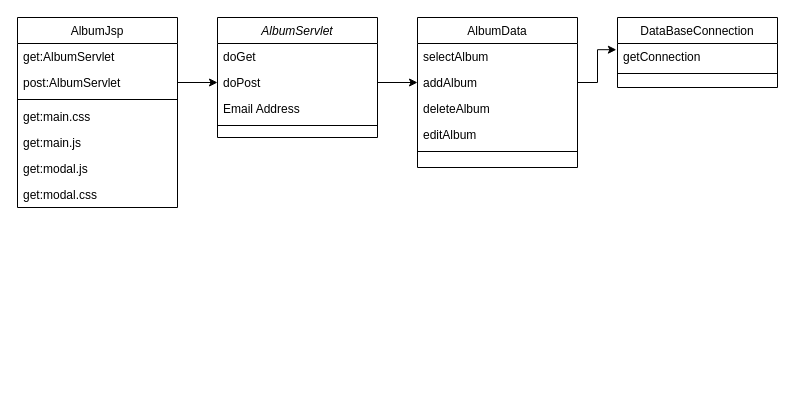
Above: 3.drawio in HegelPro/db-diagram (draw.io), before the change. Source tidied: cells renumbered, new cells numbered last; positions are measured from the earlier drawing's top-left corner, leaving out a move shared by most shapes. Both pictures are drawn from the tidied source at 100%, with x=0, y=0 at pixel (17, 17).
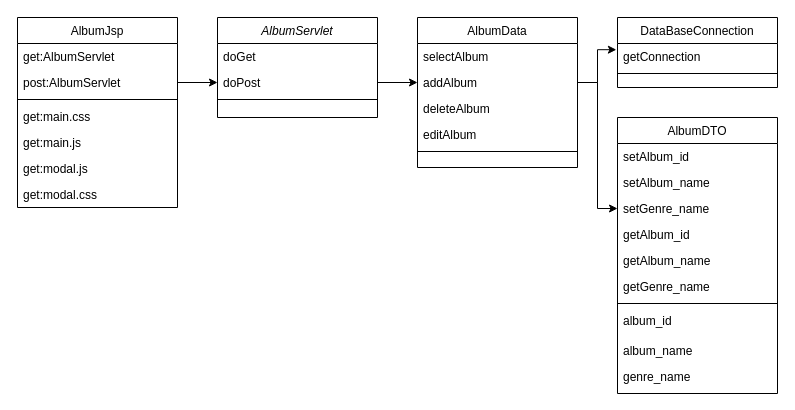
The same diagram, later.

The change refers to these unchanged cells:
```xml
<mxCell id="17" value="addAlbum" style="text;align=left;verticalAlign=top;spacingLeft=4;spacingRight=4;overflow=hidden;points=[[0,0.5],[1,0.5]];portConstraint=eastwest;rounded=0;shadow=0;html=0;" parent="15" vertex="1">
  <mxGeometry y="52" width="160" height="26" as="geometry" />
</mxCell>
```

What changed in the source:
```diff
@@
     <mxCell id="2" value="AlbumServlet" style="swimlane;fontStyle=2;align=center;verticalAlign=top;horizontal=1;startSize=26;rounded=0;shadow=0;strokeWidth=1;" parent="1" vertex="1">
-      <mxGeometry x="200" width="160" height="120" as="geometry" />
+      <mxGeometry x="200" width="160" height="100" as="geometry" />
     </mxCell>
@@
-    <mxCell id="5" value="Email Address" style="text;align=left;verticalAlign=top;spacingLeft=4;spacingRight=4;overflow=hidden;rounded=0;shadow=0;html=0;" parent="2" vertex="1">
-      <mxGeometry y="78" width="160" height="26" as="geometry" />
-    </mxCell>
     <mxCell id="6" style="line;html=1;strokeWidth=1;align=left;verticalAlign=middle;spacingTop=-1;spacingLeft=3;spacingRight=3;labelPosition=right;" parent="2" vertex="1">
-      <mxGeometry y="104" width="160" height="8" as="geometry" />
+      <mxGeometry y="78" width="160" height="8" as="geometry" />
     </mxCell>
@@
-    <mxCell id="21" value="&lt;div style=&quot;background-color:#2b2b2b;color:#a9b7c6;font-family:'JetBrains Mono',monospace;font-size:9,8pt;&quot;&gt;&lt;pre&gt;&lt;br&gt;&lt;/pre&gt;&lt;/div&gt;" style="text;whiteSpace=wrap;html=1;" parent="1" vertex="1">
-      <mxGeometry x="580" y="260" width="120" height="60" as="geometry" />
-    </mxCell>
@@
+    <mxCell id="28" value="AlbumDTO" style="swimlane;fontStyle=0;align=center;verticalAlign=top;horizontal=1;startSize=26;rounded=0;shadow=0;strokeWidth=1;" parent="1" vertex="1">
+      <mxGeometry x="600" y="100" width="160" height="276" as="geometry" />
+    </mxCell>
+    <mxCell id="29" value="setAlbum_id" style="text;align=left;verticalAlign=top;spacingLeft=4;spacingRight=4;overflow=hidden;" parent="28" vertex="1">
+      <mxGeometry y="26" width="160" height="26" as="geometry" />
+    </mxCell>
+    <mxCell id="30" value="setAlbum_name" style="text;align=left;verticalAlign=top;spacingLeft=4;spacingRight=4;overflow=hidden;rounded=0;shadow=0;html=0;" parent="28" vertex="1">
+      <mxGeometry y="52" width="160" height="26" as="geometry" />
+    </mxCell>
+    <mxCell id="31" value="setGenre_name" style="text;align=left;verticalAlign=top;spacingLeft=4;spacingRight=4;overflow=hidden;points=[[0,0.5],[1,0.5]];portConstraint=eastwest;rounded=0;shadow=0;html=0;" parent="28" vertex="1">
+      <mxGeometry y="78" width="160" height="26" as="geometry" />
+    </mxCell>
+    <mxCell id="32" value="getAlbum_id" style="text;align=left;verticalAlign=top;spacingLeft=4;spacingRight=4;overflow=hidden;rounded=0;shadow=0;html=0;" parent="28" vertex="1">
+      <mxGeometry y="104" width="160" height="26" as="geometry" />
+    </mxCell>
+    <mxCell id="33" value="getAlbum_name" style="text;align=left;verticalAlign=top;spacingLeft=4;spacingRight=4;overflow=hidden;rounded=0;shadow=0;html=0;" parent="28" vertex="1">
+      <mxGeometry y="130" width="160" height="26" as="geometry" />
+    </mxCell>
+    <mxCell id="34" value="getGenre_name" style="text;align=left;verticalAlign=top;spacingLeft=4;spacingRight=4;overflow=hidden;rounded=0;shadow=0;html=0;" parent="28" vertex="1">
+      <mxGeometry y="156" width="160" height="26" as="geometry" />
+    </mxCell>
+    <mxCell id="35" style="line;html=1;strokeWidth=1;align=left;verticalAlign=middle;spacingTop=-1;spacingLeft=3;spacingRight=3;labelPosition=right;" parent="28" vertex="1">
+      <mxGeometry y="182" width="160" height="8" as="geometry" />
+    </mxCell>
+    <mxCell id="36" value="album_id" style="text;align=left;verticalAlign=top;spacingLeft=4;spacingRight=4;overflow=hidden;rounded=0;shadow=0;html=0;" parent="28" vertex="1">
+      <mxGeometry y="190" width="160" height="30" as="geometry" />
+    </mxCell>
+    <mxCell id="37" value="album_name" style="text;align=left;verticalAlign=top;spacingLeft=4;spacingRight=4;overflow=hidden;rounded=0;shadow=0;html=0;" parent="28" vertex="1">
+      <mxGeometry y="220" width="160" height="26" as="geometry" />
+    </mxCell>
+    <mxCell id="38" value="genre_name" style="text;align=left;verticalAlign=top;spacingLeft=4;spacingRight=4;overflow=hidden;rounded=0;shadow=0;html=0;" parent="28" vertex="1">
+      <mxGeometry y="246" width="160" height="26" as="geometry" />
+    </mxCell>
+    <mxCell id="39" style="edgeStyle=orthogonalEdgeStyle;rounded=0;jettySize=auto;html=1;exitX=1;exitY=0.5;exitDx=0;exitDy=0;entryX=0;entryY=0.5;entryDx=0;entryDy=0;" parent="1" edge="1" source="17" target="31">
+      <mxGeometry relative="1" as="geometry" />
+    </mxCell>
```
